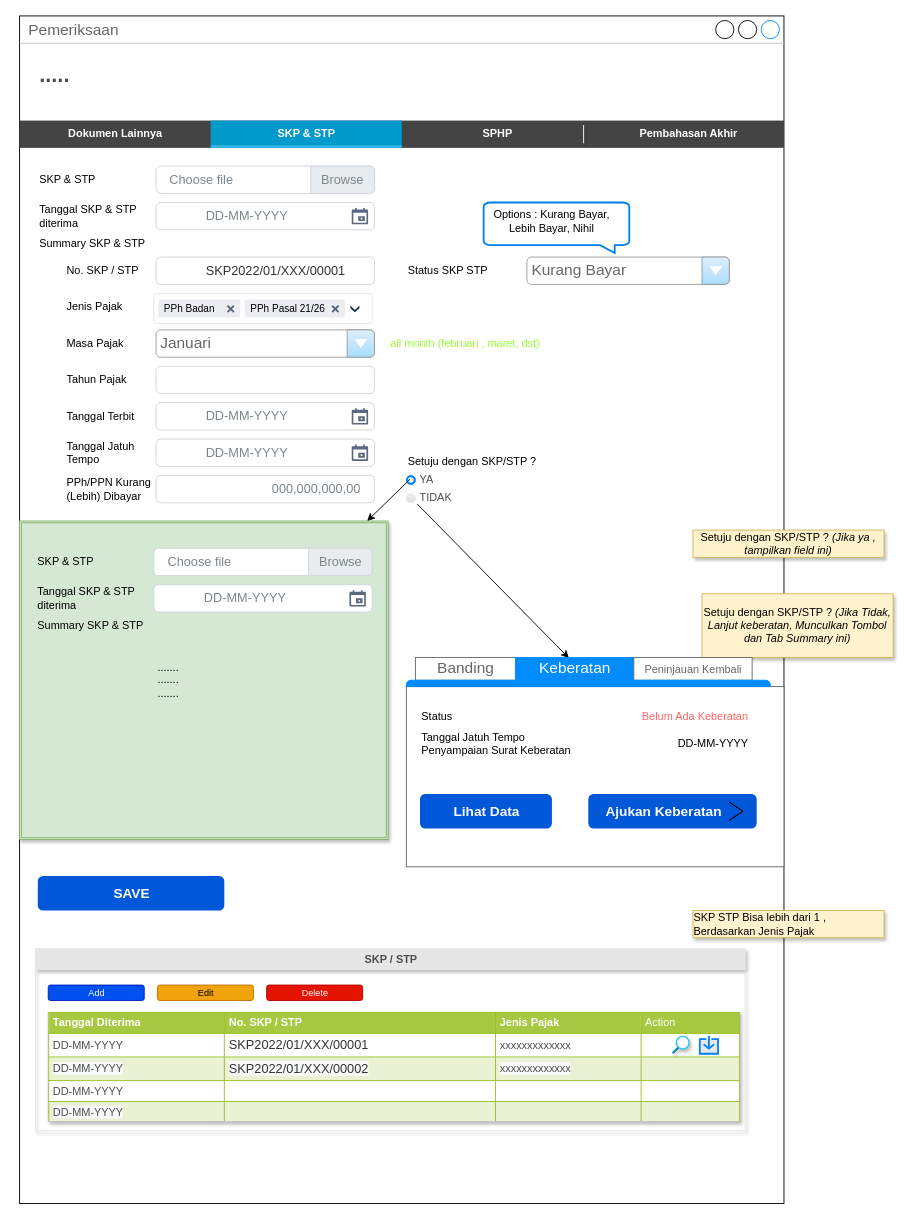
The draw.io diagram page "2.3 Pemeriksaan_SKP_STP" (11 of 22) of TAMS.drawio in prasetyodavid/TAMS, before the edit. Source tidied: cells renumbered, new cells numbered last; positions are measured from the earlier drawing's top-left corner, leaving out a move shared by most shapes. Both pictures are drawn from the tidied source at 91%, with x=0, y=0 at pixel (19, 15).
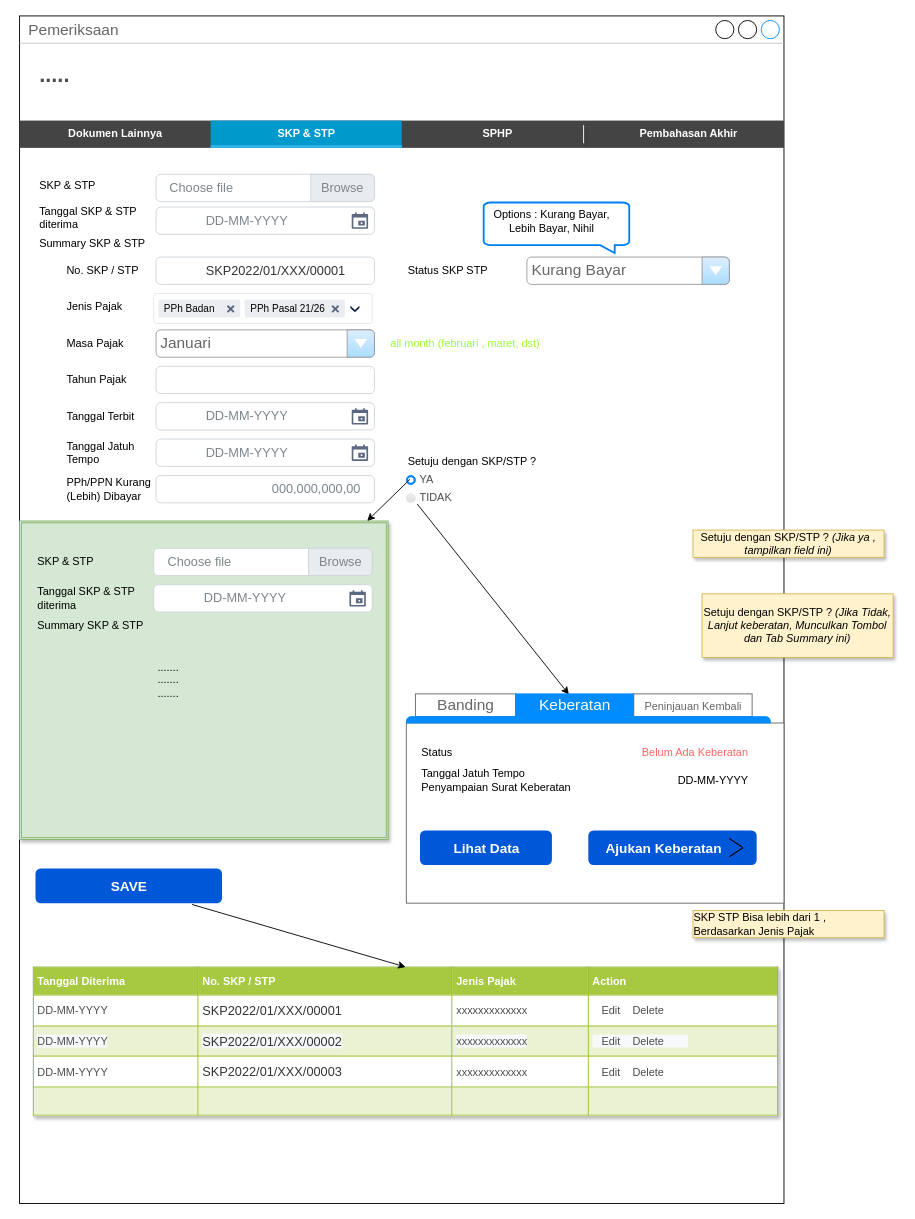
The same page after the edit.

What changed in the source:
```diff
@@
     <mxCell id="11" value="SKP &amp;amp; STP" style="text;html=1;strokeColor=none;fillColor=none;align=left;verticalAlign=middle;whiteSpace=wrap;rounded=0;fontColor=default;" parent="1" vertex="1">
-      <mxGeometry x="20" y="165" width="120" height="30" as="geometry" />
+      <mxGeometry x="20" y="172" width="120" height="30" as="geometry" />
     </mxCell>
     <mxCell id="12" value="Choose file" style="html=1;shadow=0;dashed=0;shape=mxgraph.bootstrap.rrect;rSize=5;strokeColor=#CED4DA;html=1;whiteSpace=wrap;fillColor=#FFFFFF;fontColor=#7D868C;align=left;spacingLeft=0;spacing=15;fontSize=14;" parent="1" vertex="1">
-      <mxGeometry x="150" y="165" width="240" height="30" as="geometry" />
+      <mxGeometry x="150" y="174" width="240" height="30" as="geometry" />
     </mxCell>
@@
     <mxCell id="14" value="Tanggal SKP &amp;amp; STP diterima" style="text;html=1;strokeColor=none;fillColor=none;align=left;verticalAlign=middle;whiteSpace=wrap;rounded=0;fontColor=default;" parent="1" vertex="1">
-      <mxGeometry x="20" y="205" width="115" height="30" as="geometry" />
+      <mxGeometry x="20" y="207" width="115" height="30" as="geometry" />
     </mxCell>
     <mxCell id="15" style="group;" parent="1" vertex="1">
-      <mxGeometry x="150" y="205" width="240" height="30" as="geometry" />
+      <mxGeometry x="150" y="210" width="240" height="30" as="geometry" />
     </mxCell>
@@
     <mxCell id="44" value="SAVE" style="rounded=1;fillColor=#0057D8;align=center;strokeColor=none;html=1;fontColor=#ffffff;fontSize=15;sketch=0;fontStyle=1;" parent="1" vertex="1">
-      <mxGeometry x="20" y="945" width="205" height="38" as="geometry" />
+      <mxGeometry x="17.5" y="937" width="205" height="38" as="geometry" />
     </mxCell>
@@
     <mxCell id="54" style="strokeWidth=1;shadow=0;dashed=0;align=center;html=1;shape=mxgraph.mockup.containers.marginRect2;rectMarginTop=32;strokeColor=#666666;gradientColor=none;fontSize=12;" parent="1" vertex="1">
-      <mxGeometry x="425" y="705" width="415" height="230" as="geometry" />
+      <mxGeometry x="425" y="745" width="415" height="230" as="geometry" />
     </mxCell>
@@
     <mxCell id="66" style="group;" parent="1" vertex="1">
-      <mxGeometry x="17.5" y="1025" width="780" height="200" as="geometry" />
+      <mxGeometry y="145" width="840" height="1120" as="geometry" />
     </mxCell>
-    <mxCell id="67" value="&lt;font color=&quot;#4d4d4d&quot;&gt;SKP / STP&lt;/font&gt;" style="swimlane;shadow=1;fontColor=#C7C7C7;strokeColor=#E6E6E6;strokeWidth=1;fillColor=#E6E6E6;html=1;" parent="66" vertex="1">
-      <mxGeometry width="780" height="200" as="geometry" />
-    </mxCell>
-    <mxCell id="68" value="Add" style="rounded=1;html=1;shadow=0;dashed=0;whiteSpace=wrap;fontSize=10;fillColor=#0050ef;align=center;strokeColor=#001DBC;fontColor=#ffffff;" parent="67" vertex="1">
-      <mxGeometry x="14" y="40" width="105.5" height="16.9" as="geometry" />
-    </mxCell>
-    <mxCell id="69" value="Edit" style="rounded=1;html=1;shadow=0;dashed=0;whiteSpace=wrap;fontSize=10;fillColor=#f0a30a;align=center;strokeColor=#BD7000;fontColor=#000000;" parent="67" vertex="1">
-      <mxGeometry x="134" y="40" width="105.5" height="16.9" as="geometry" />
-    </mxCell>
-    <mxCell id="70" value="Delete" style="rounded=1;html=1;shadow=0;dashed=0;whiteSpace=wrap;fontSize=10;fillColor=#e51400;align=center;strokeColor=#B20000;fontColor=#ffffff;" parent="67" vertex="1">
-      <mxGeometry x="254" y="40" width="105.5" height="16.9" as="geometry" />
-    </mxCell>
-    <mxCell id="71" value="&lt;table border=&quot;1&quot; width=&quot;100%&quot; height=&quot;100%&quot; cellpadding=&quot;4&quot; style=&quot;width:100%;height:100%;border-collapse:collapse;&quot;&gt;&lt;tbody&gt;&lt;tr style=&quot;background-color:#A7C942;color:#ffffff;border:1px solid #98bf21;&quot;&gt;&lt;th align=&quot;left&quot;&gt;Tanggal Diterima&lt;/th&gt;&lt;td&gt;&lt;b&gt;No. SKP / STP&lt;/b&gt;&lt;br&gt;&lt;/td&gt;&lt;td&gt;&lt;b&gt;Jenis Pajak&lt;/b&gt;&lt;br&gt;&lt;/td&gt;&lt;td&gt;Action&lt;/td&gt;&lt;/tr&gt;&lt;tr style=&quot;border:1px solid #98bf21;&quot;&gt;&lt;td&gt;DD-MM-YYYY&lt;/td&gt;&lt;td&gt;&lt;span style=&quot;color: rgb(51, 51, 51); font-size: 14px;&quot;&gt;SKP2022/01/XXX/00001&lt;/span&gt;&lt;br&gt;&lt;/td&gt;&lt;td&gt;xxxxxxxxxxxxx&lt;/td&gt;&lt;td&gt;&amp;nbsp; &amp;nbsp; &amp;nbsp; &amp;nbsp; &amp;nbsp; &amp;nbsp; &amp;nbsp; &amp;nbsp;&lt;/td&gt;&lt;/tr&gt;&lt;tr style=&quot;background-color:#EAF2D3;border:1px solid #98bf21;&quot;&gt;&lt;td&gt;&lt;span style=&quot;background-color: rgb(248, 249, 250);&quot;&gt;DD-MM-YYYY&lt;/span&gt;&lt;br&gt;&lt;/td&gt;&lt;td&gt;&lt;span style=&quot;color: rgb(51, 51, 51); font-size: 14px; background-color: rgb(248, 249, 250);&quot;&gt;SKP2022/01/XXX/00002&lt;/span&gt;&lt;br&gt;&lt;/td&gt;&lt;td&gt;&lt;span style=&quot;background-color: rgb(248, 249, 250);&quot;&gt;xxxxxxxxxxxxx&lt;/span&gt;&lt;br&gt;&lt;/td&gt;&lt;td&gt;&lt;br&gt;&lt;/td&gt;&lt;/tr&gt;&lt;tr style=&quot;border:1px solid #98bf21;&quot;&gt;&lt;td&gt;DD-MM-YYYY&lt;br&gt;&lt;/td&gt;&lt;td&gt;&lt;br&gt;&lt;/td&gt;&lt;td&gt;&lt;br&gt;&lt;/td&gt;&lt;td&gt;&lt;br&gt;&lt;/td&gt;&lt;/tr&gt;&lt;tr style=&quot;background-color:#EAF2D3;border:1px solid #98bf21;&quot;&gt;&lt;td&gt;&lt;span style=&quot;background-color: rgb(248, 249, 250);&quot;&gt;DD-MM-YYYY&lt;/span&gt;&lt;br&gt;&lt;/td&gt;&lt;td&gt;&lt;br&gt;&lt;/td&gt;&lt;td&gt;&lt;br&gt;&lt;/td&gt;&lt;td&gt;&lt;br&gt;&lt;/td&gt;&lt;/tr&gt;&lt;/tbody&gt;&lt;/table&gt;" style="text;html=1;strokeColor=#c0c0c0;fillColor=#ffffff;overflow=fill;rounded=0;shadow=1;fontColor=#4D4D4D;" parent="66" vertex="1">
-      <mxGeometry x="14" y="70" width="760" height="120" as="geometry" />
+    <mxCell id="71" value="&lt;table border=&quot;1&quot; width=&quot;100%&quot; height=&quot;100%&quot; cellpadding=&quot;4&quot; style=&quot;width:100%;height:100%;border-collapse:collapse;&quot;&gt;&lt;tbody&gt;&lt;tr style=&quot;background-color:#A7C942;color:#ffffff;border:1px solid #98bf21;&quot;&gt;&lt;th align=&quot;left&quot;&gt;Tanggal Diterima&lt;/th&gt;&lt;td&gt;&lt;b&gt;No. SKP / STP&lt;/b&gt;&lt;br&gt;&lt;/td&gt;&lt;td&gt;&lt;b&gt;Jenis Pajak&amp;nbsp; &amp;nbsp;&lt;/b&gt;&lt;br&gt;&lt;/td&gt;&lt;td&gt;&lt;b&gt;Action&lt;/b&gt;&lt;/td&gt;&lt;/tr&gt;&lt;tr style=&quot;border:1px solid #98bf21;&quot;&gt;&lt;td&gt;DD-MM-YYYY&lt;/td&gt;&lt;td&gt;&lt;span style=&quot;color: rgb(51, 51, 51); font-size: 14px;&quot;&gt;SKP2022/01/XXX/00001&lt;/span&gt;&lt;br&gt;&lt;/td&gt;&lt;td&gt;xxxxxxxxxxxxx&lt;/td&gt;&lt;td&gt;&amp;nbsp; &amp;nbsp;Edit&amp;nbsp; &amp;nbsp; Delete&amp;nbsp; &amp;nbsp; &amp;nbsp; &amp;nbsp; &amp;nbsp;&amp;nbsp;&lt;/td&gt;&lt;/tr&gt;&lt;tr style=&quot;background-color:#EAF2D3;border:1px solid #98bf21;&quot;&gt;&lt;td&gt;&lt;span style=&quot;background-color: rgb(248, 249, 250);&quot;&gt;DD-MM-YYYY&lt;/span&gt;&lt;br&gt;&lt;/td&gt;&lt;td&gt;&lt;span style=&quot;color: rgb(51, 51, 51); font-size: 14px; background-color: rgb(248, 249, 250);&quot;&gt;SKP2022/01/XXX/00002&lt;/span&gt;&lt;br&gt;&lt;/td&gt;&lt;td&gt;&lt;span style=&quot;background-color: rgb(248, 249, 250);&quot;&gt;xxxxxxxxxxxxx&lt;/span&gt;&lt;br&gt;&lt;/td&gt;&lt;td&gt;&lt;span style=&quot;background-color: rgb(248, 249, 250);&quot;&gt;&amp;nbsp; &amp;nbsp;Edit&amp;nbsp; &amp;nbsp; Delete&amp;nbsp; &amp;nbsp; &amp;nbsp; &amp;nbsp;&amp;nbsp;&lt;/span&gt;&lt;br&gt;&lt;/td&gt;&lt;/tr&gt;&lt;tr style=&quot;border:1px solid #98bf21;&quot;&gt;&lt;td&gt;DD-MM-YYYY&lt;br&gt;&lt;/td&gt;&lt;td&gt;&lt;span style=&quot;color: rgb(51, 51, 51); font-size: 14px;&quot;&gt;SKP2022/01/XXX/00003&lt;/span&gt;&lt;br&gt;&lt;/td&gt;&lt;td&gt;xxxxxxxxxxxxx&lt;br&gt;&lt;/td&gt;&lt;td&gt;&amp;nbsp; &amp;nbsp;Edit&amp;nbsp; &amp;nbsp; Delete&amp;nbsp; &amp;nbsp; &amp;nbsp; &amp;nbsp;&amp;nbsp;&lt;br&gt;&lt;/td&gt;&lt;/tr&gt;&lt;tr style=&quot;background-color:#EAF2D3;border:1px solid #98bf21;&quot;&gt;&lt;td&gt;&lt;br&gt;&lt;/td&gt;&lt;td&gt;&lt;br&gt;&lt;/td&gt;&lt;td&gt;&lt;br&gt;&lt;/td&gt;&lt;td&gt;&lt;br&gt;&lt;/td&gt;&lt;/tr&gt;&lt;/tbody&gt;&lt;/table&gt;" style="text;html=1;strokeColor=#c0c0c0;fillColor=#ffffff;overflow=fill;rounded=0;shadow=1;fontColor=#4D4D4D;" parent="66" vertex="1">
+      <mxGeometry x="15.1" y="900.2" width="818.5" height="163.8" as="geometry" />
     </mxCell>
-    <mxCell id="72" style="html=1;align=center;image;fontSize=12;image=img/lib/azure2/general/Search.svg;shadow=1;fontColor=#4D4D4D;strokeColor=#E6E6E6;strokeWidth=1;fillColor=#E6E6E6;" parent="66" vertex="1">
-      <mxGeometry x="700" y="96" width="19.7" height="20" as="geometry" />
-    </mxCell>
-    <mxCell id="73" style="html=1;verticalLabelPosition=bottom;align=center;labelBackgroundColor=#ffffff;verticalAlign=top;strokeWidth=2;strokeColor=#0080F0;shadow=0;dashed=0;shape=mxgraph.ios7.icons.down;fontColor=#4D4D4D;fillColor=#E6E6E6;" parent="66" vertex="1">
-      <mxGeometry x="730" y="96" width="20" height="19.5" as="geometry" />
-    </mxCell>
@@
+    <mxCell id="87" style="endArrow=classic;html=1;rounded=0;exitX=0.839;exitY=1.037;exitDx=0;exitDy=0;exitPerimeter=0;entryX=0.5;entryY=0;entryDx=0;entryDy=0;" parent="1" edge="1" source="44" target="71">
+      <mxGeometry relative="1" as="geometry" />
+    </mxCell>
```
